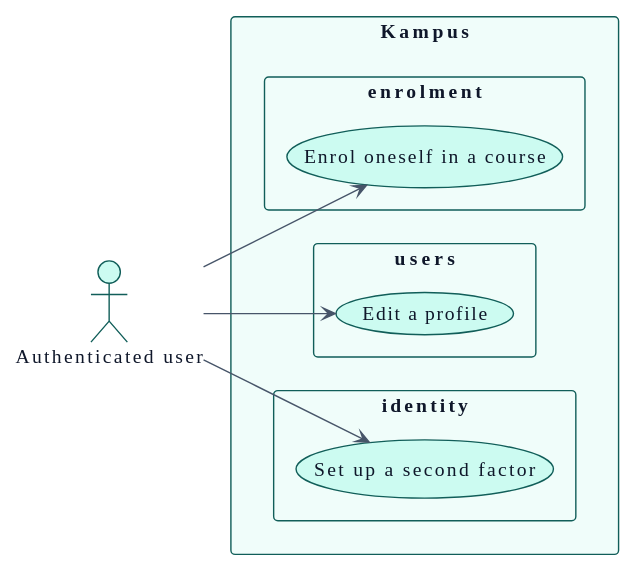
The PlantUML diagram docs/01-requirements/use-cases-authenticated_user.svg in didactika/kampus, before a commit.
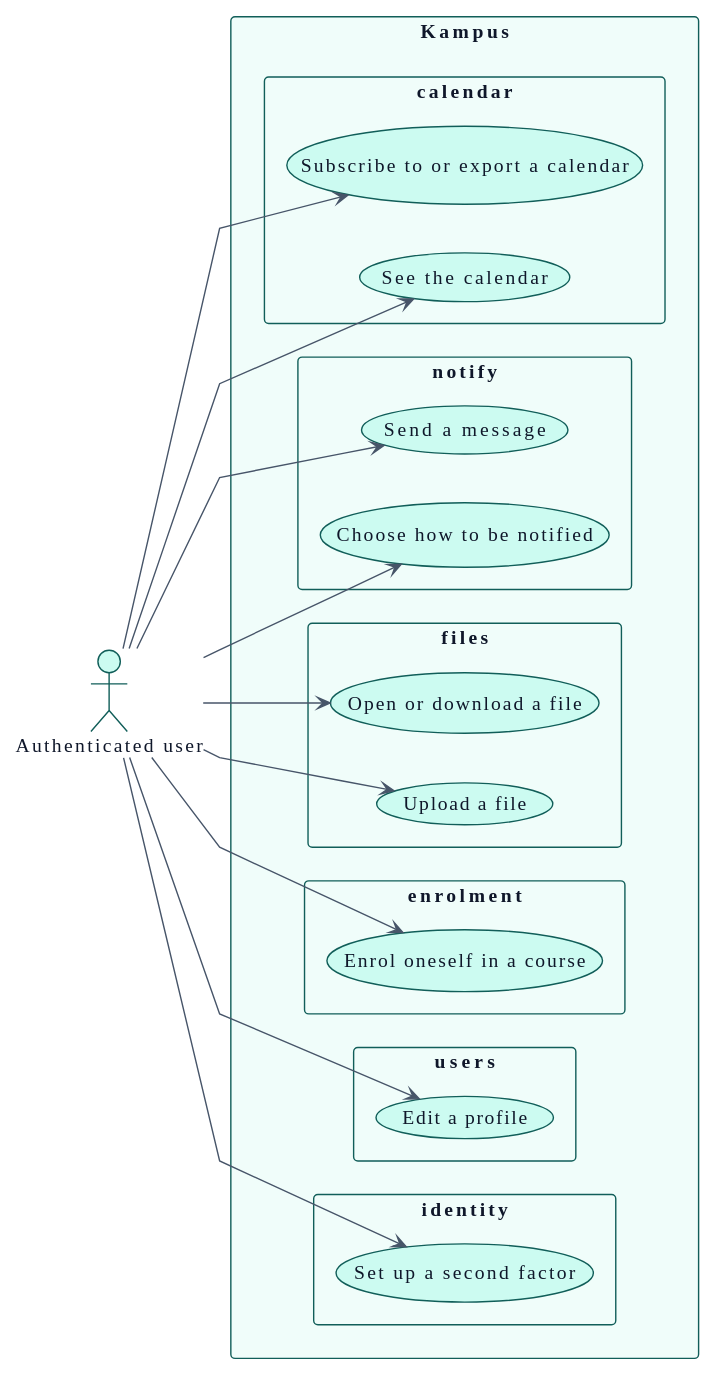
Above is the later version.

Change to the diagram source:
```diff
@@ -118,9 +118,27 @@
   package "enrolment" {
     usecase "Enrol oneself in a course" as UC_selfEnrol
   }
+  package "files" {
+    usecase "Upload a file" as UC_uploadFile
+    usecase "Open or download a file" as UC_downloadFile
+  }
+  package "notify" {
+    usecase "Choose how to be notified" as UC_setNotificationPreferences
+    usecase "Send a message" as UC_sendMessage
+  }
+  package "calendar" {
+    usecase "See the calendar" as UC_viewCalendar
+    usecase "Subscribe to or export a calendar" as UC_subscribeCalendar
+  }
 }
 
 A_Authenticated_user --> UC_setUpSecondFactor
 A_Authenticated_user --> UC_editProfile
 A_Authenticated_user --> UC_selfEnrol
+A_Authenticated_user --> UC_uploadFile
+A_Authenticated_user --> UC_downloadFile
+A_Authenticated_user --> UC_setNotificationPreferences
+A_Authenticated_user --> UC_sendMessage
+A_Authenticated_user --> UC_viewCalendar
+A_Authenticated_user --> UC_subscribeCalendar
 @enduml
```
